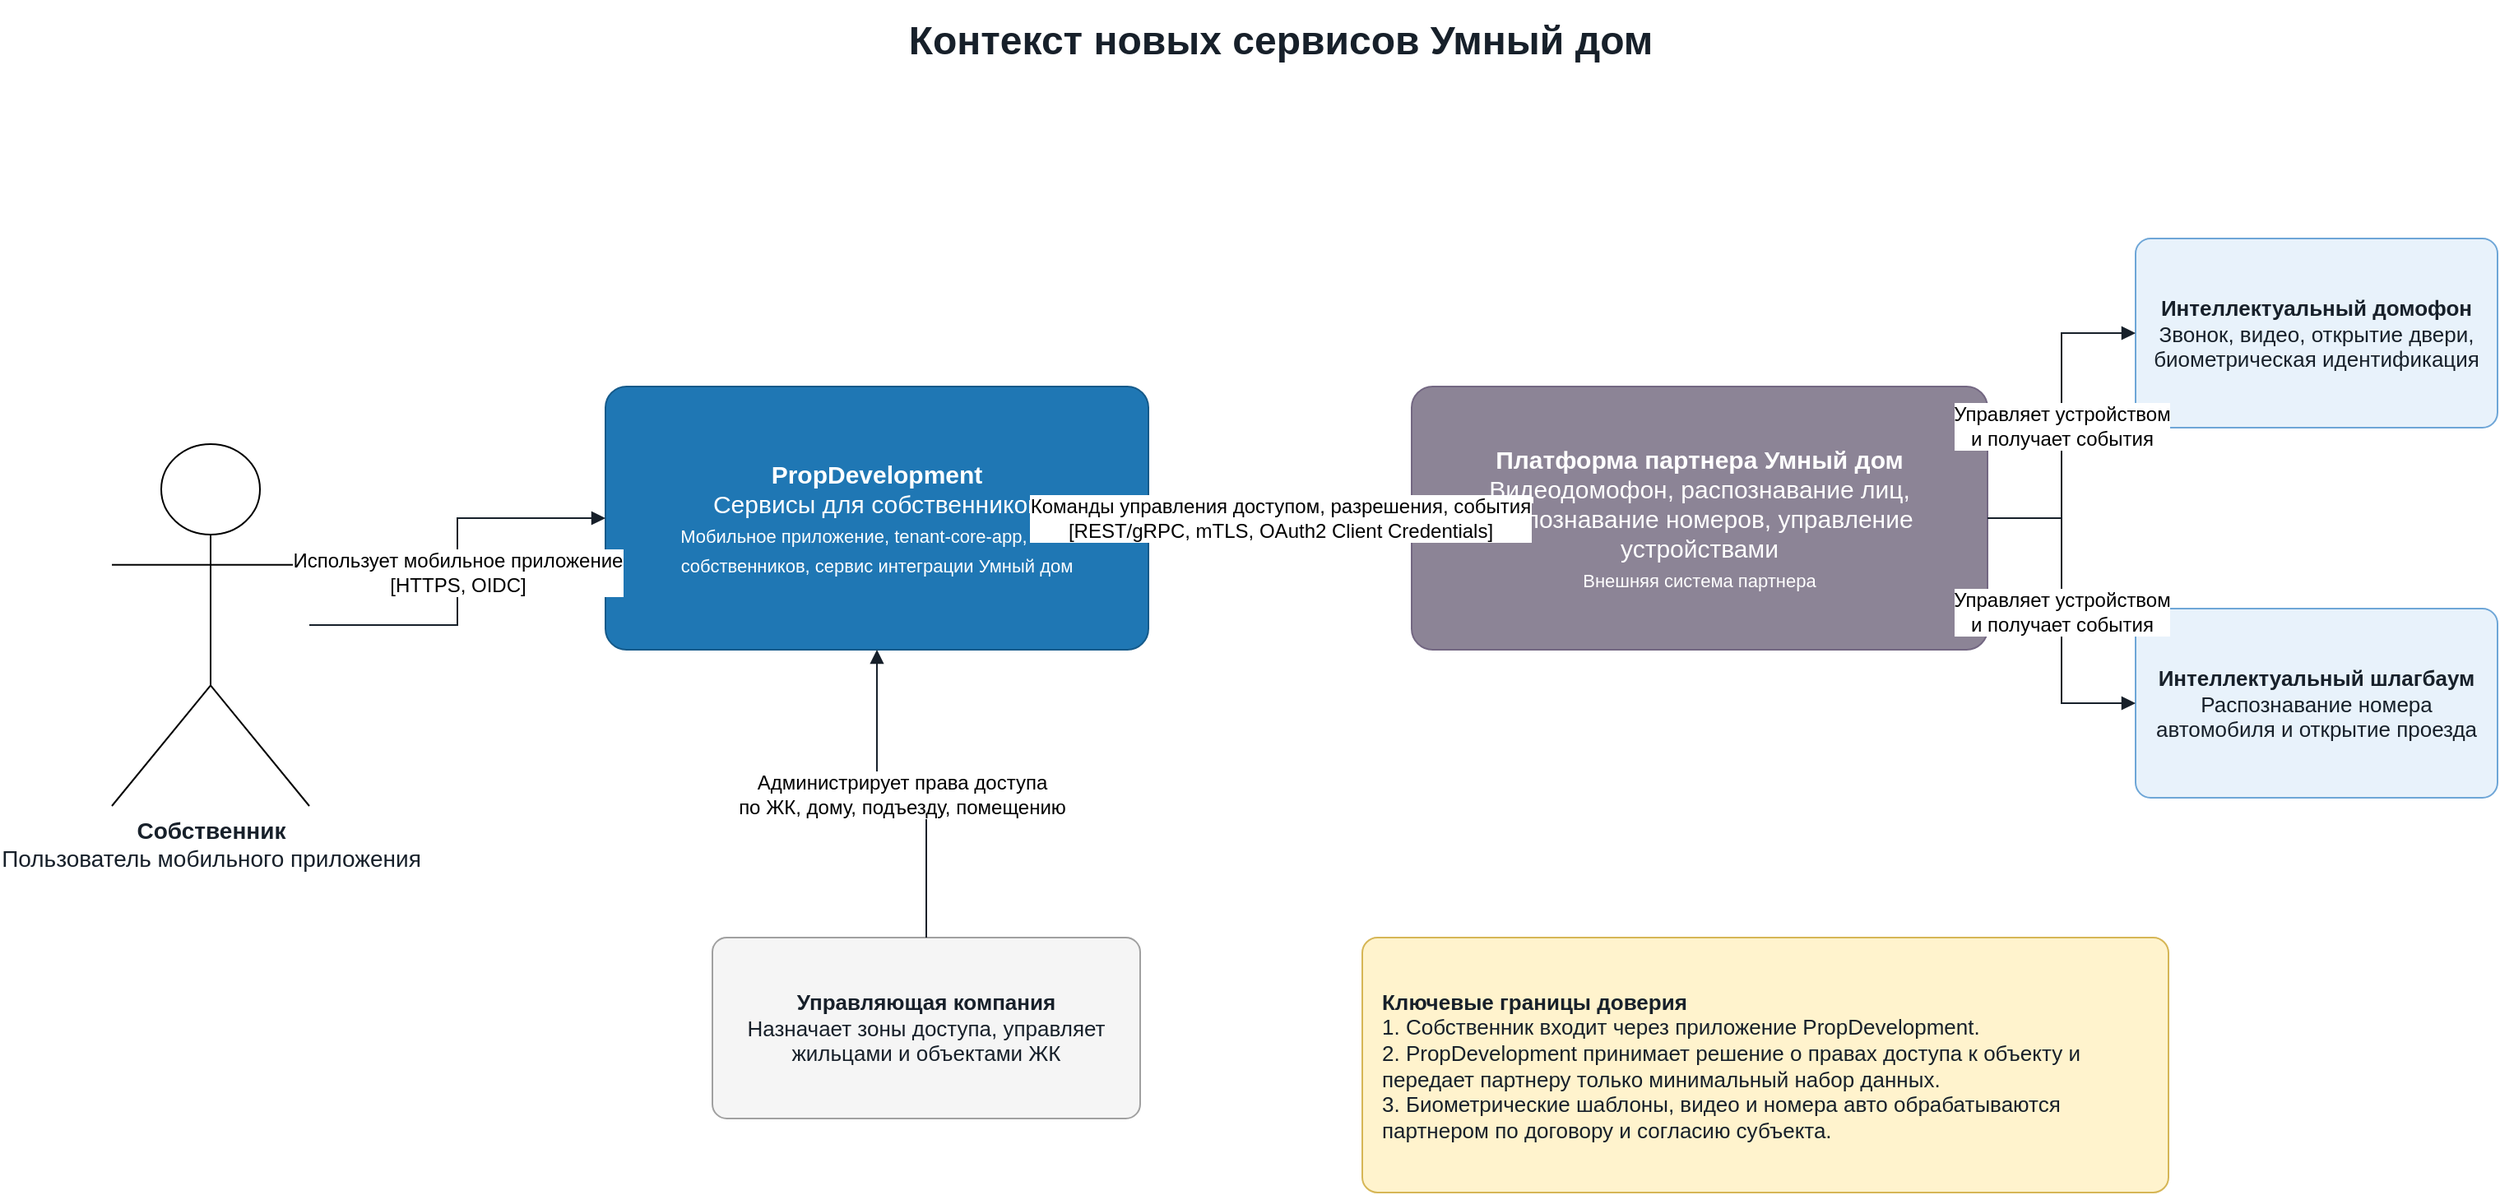
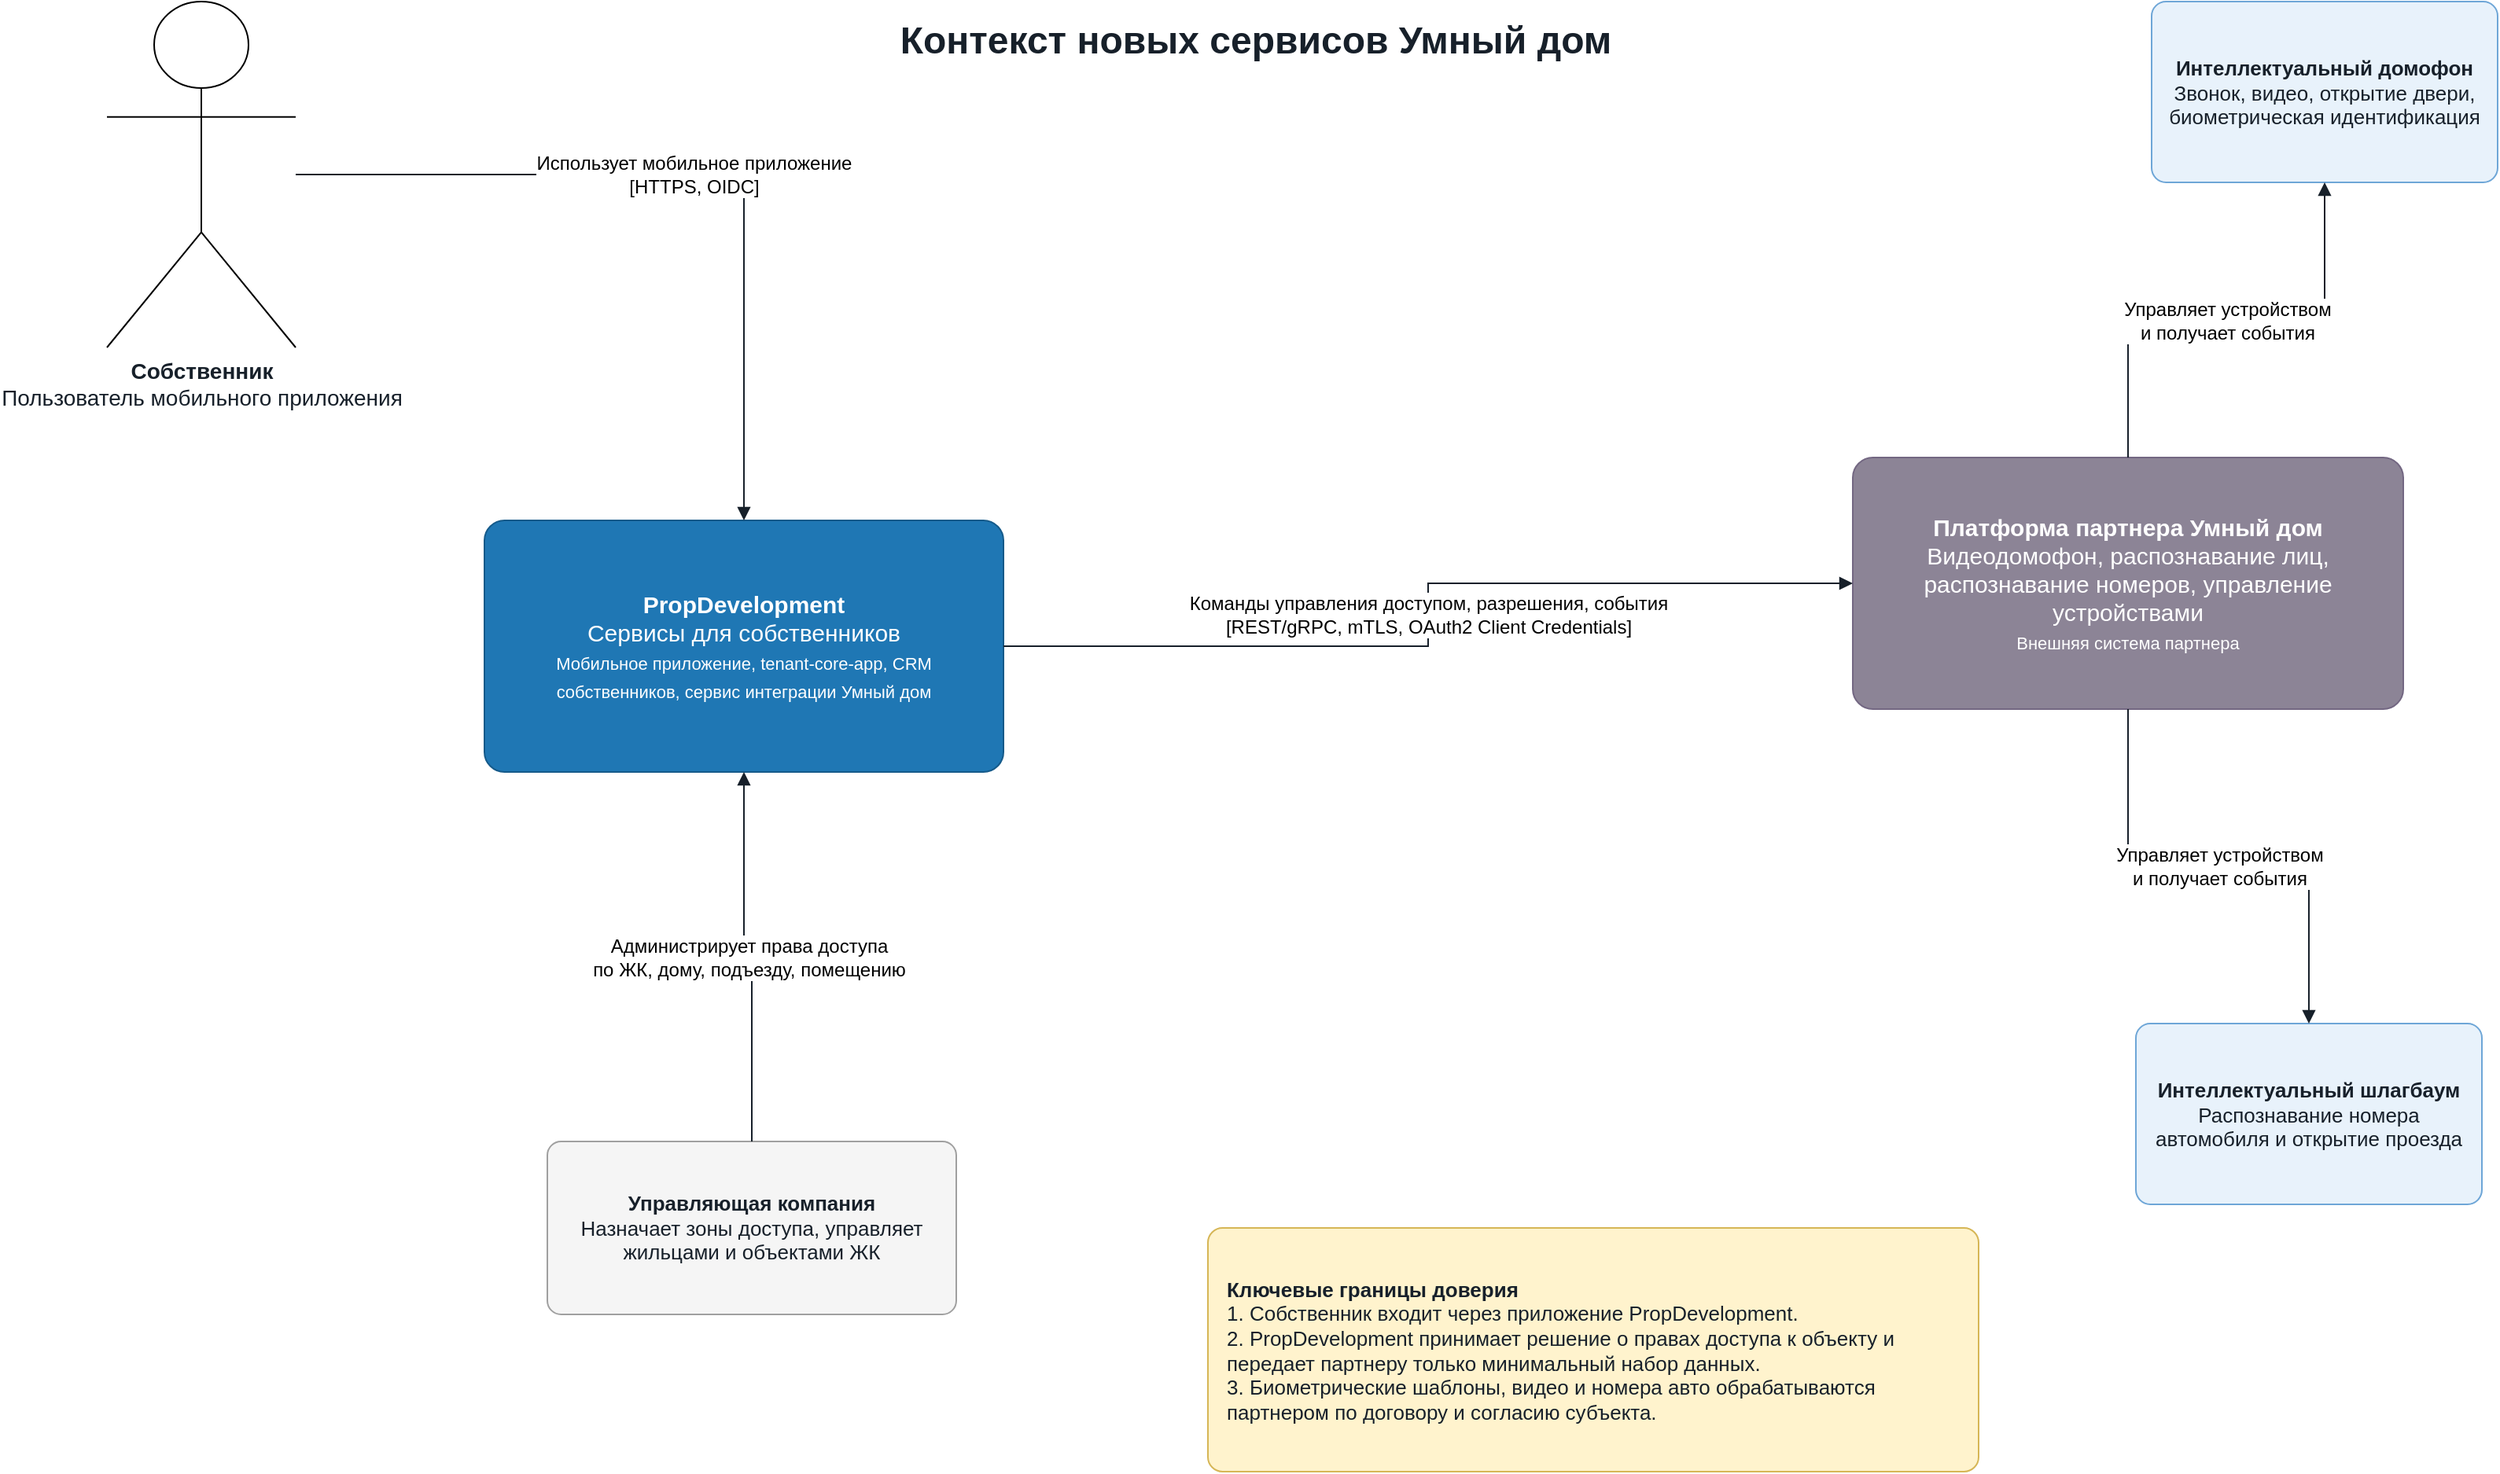
- <?xml version="1.0" encoding="UTF-8"?>
- <mxfile host="app.diagrams.net" version="24.8.0">
+ <mxfile host="Electron">
  <diagram id="smart-home-context" name="C4 Context - Smart Home">
-     <mxGraphModel dx="1422" dy="794" grid="1" gridSize="10" guides="1" tooltips="1" connect="1" arrows="1" fold="1" page="1" pageScale="1" pageWidth="1600" pageHeight="1000" math="0" shadow="0">
+     <mxGraphModel dx="2204" dy="1120" grid="1" gridSize="10" guides="1" tooltips="1" connect="1" arrows="1" fold="1" page="1" pageScale="1" pageWidth="1600" pageHeight="1000" math="0" shadow="0">
      <root>
        <mxCell id="0" />
        <mxCell id="1" parent="0" />
-         <mxCell id="title" value="Контекст новых сервисов Умный дом" style="text;html=1;strokeColor=none;fillColor=none;align=center;verticalAlign=middle;fontStyle=1;fontSize=24;fontColor=#17202A;" vertex="1" parent="1">
-           <mxGeometry x="430" y="40" width="740" height="50" as="geometry" />
+         <mxCell id="title" parent="1" style="text;html=1;strokeColor=none;fillColor=none;align=center;verticalAlign=middle;fontStyle=1;fontSize=24;fontColor=#17202A;" value="Контекст новых сервисов Умный дом" vertex="1">
+           <mxGeometry height="50" width="740" x="430" y="40" as="geometry" />
        </mxCell>
-         <mxCell id="owner" value="&lt;b&gt;Собственник&lt;/b&gt;&lt;br&gt;Пользователь мобильного приложения" style="shape=umlActor;verticalLabelPosition=bottom;verticalAlign=top;html=1;outlineConnect=0;fontSize=14;fontColor=#17202A;" vertex="1" parent="1">
-           <mxGeometry x="90" y="310" width="120" height="220" as="geometry" />
+         <mxCell id="owner" parent="1" style="shape=umlActor;verticalLabelPosition=bottom;verticalAlign=top;html=1;outlineConnect=0;fontSize=14;fontColor=#17202A;" value="&lt;b&gt;Собственник&lt;/b&gt;&lt;br&gt;Пользователь мобильного приложения" vertex="1">
+           <mxGeometry height="220" width="120" x="70" y="40" as="geometry" />
        </mxCell>
-         <mxCell id="pd-system" value="&lt;b&gt;PropDevelopment&lt;/b&gt;&lt;br&gt;Сервисы для собственников&lt;br&gt;&lt;font style=&quot;font-size: 11px&quot;&gt;Мобильное приложение, tenant-core-app, CRM собственников, сервис интеграции Умный дом&lt;/font&gt;" style="rounded=1;whiteSpace=wrap;html=1;arcSize=8;fillColor=#1F77B4;strokeColor=#155A8A;fontColor=#FFFFFF;fontSize=15;spacing=12;" vertex="1" parent="1">
-           <mxGeometry x="390" y="275" width="330" height="160" as="geometry" />
+         <mxCell id="pd-system" parent="1" style="rounded=1;whiteSpace=wrap;html=1;arcSize=8;fillColor=#1F77B4;strokeColor=#155A8A;fontColor=#FFFFFF;fontSize=15;spacing=12;" value="&lt;b&gt;PropDevelopment&lt;/b&gt;&lt;br&gt;Сервисы для собственников&lt;br&gt;&lt;font style=&quot;font-size: 11px&quot;&gt;Мобильное приложение, tenant-core-app, CRM собственников, сервис интеграции Умный дом&lt;/font&gt;" vertex="1">
+           <mxGeometry height="160" width="330" x="310" y="370" as="geometry" />
        </mxCell>
-         <mxCell id="partner" value="&lt;b&gt;Платформа партнера Умный дом&lt;/b&gt;&lt;br&gt;Видеодомофон, распознавание лиц, распознавание номеров, управление устройствами&lt;br&gt;&lt;font style=&quot;font-size: 11px&quot;&gt;Внешняя система партнера&lt;/font&gt;" style="rounded=1;whiteSpace=wrap;html=1;arcSize=8;fillColor=#8C8496;strokeColor=#736782;fontColor=#FFFFFF;fontSize=15;spacing=12;" vertex="1" parent="1">
-           <mxGeometry x="880" y="275" width="350" height="160" as="geometry" />
+         <mxCell id="partner" parent="1" style="rounded=1;whiteSpace=wrap;html=1;arcSize=8;fillColor=#8C8496;strokeColor=#736782;fontColor=#FFFFFF;fontSize=15;spacing=12;" value="&lt;b&gt;Платформа партнера Умный дом&lt;/b&gt;&lt;br&gt;Видеодомофон, распознавание лиц, распознавание номеров, управление устройствами&lt;br&gt;&lt;font style=&quot;font-size: 11px&quot;&gt;Внешняя система партнера&lt;/font&gt;" vertex="1">
+           <mxGeometry height="160" width="350" x="1180" y="330" as="geometry" />
        </mxCell>
-         <mxCell id="intercom" value="&lt;b&gt;Интеллектуальный домофон&lt;/b&gt;&lt;br&gt;Звонок, видео, открытие двери, биометрическая идентификация" style="rounded=1;whiteSpace=wrap;html=1;arcSize=8;fillColor=#E8F2FB;strokeColor=#6EA6D7;fontColor=#17202A;fontSize=13;spacing=10;" vertex="1" parent="1">
-           <mxGeometry x="1320" y="185" width="220" height="115" as="geometry" />
+         <mxCell id="intercom" parent="1" style="rounded=1;whiteSpace=wrap;html=1;arcSize=8;fillColor=#E8F2FB;strokeColor=#6EA6D7;fontColor=#17202A;fontSize=13;spacing=10;" value="&lt;b&gt;Интеллектуальный домофон&lt;/b&gt;&lt;br&gt;Звонок, видео, открытие двери, биометрическая идентификация" vertex="1">
+           <mxGeometry height="115" width="220" x="1370" y="40" as="geometry" />
        </mxCell>
-         <mxCell id="barrier" value="&lt;b&gt;Интеллектуальный шлагбаум&lt;/b&gt;&lt;br&gt;Распознавание номера автомобиля и открытие проезда" style="rounded=1;whiteSpace=wrap;html=1;arcSize=8;fillColor=#E8F2FB;strokeColor=#6EA6D7;fontColor=#17202A;fontSize=13;spacing=10;" vertex="1" parent="1">
-           <mxGeometry x="1320" y="410" width="220" height="115" as="geometry" />
+         <mxCell id="barrier" parent="1" style="rounded=1;whiteSpace=wrap;html=1;arcSize=8;fillColor=#E8F2FB;strokeColor=#6EA6D7;fontColor=#17202A;fontSize=13;spacing=10;" value="&lt;b&gt;Интеллектуальный шлагбаум&lt;/b&gt;&lt;br&gt;Распознавание номера автомобиля и открытие проезда" vertex="1">
+           <mxGeometry height="115" width="220" x="1360" y="690" as="geometry" />
        </mxCell>
-         <mxCell id="uk" value="&lt;b&gt;Управляющая компания&lt;/b&gt;&lt;br&gt;Назначает зоны доступа, управляет жильцами и объектами ЖК" style="rounded=1;whiteSpace=wrap;html=1;arcSize=8;fillColor=#F5F5F5;strokeColor=#A0A0A0;fontColor=#17202A;fontSize=13;spacing=10;" vertex="1" parent="1">
-           <mxGeometry x="455" y="610" width="260" height="110" as="geometry" />
+         <mxCell id="uk" parent="1" style="rounded=1;whiteSpace=wrap;html=1;arcSize=8;fillColor=#F5F5F5;strokeColor=#A0A0A0;fontColor=#17202A;fontSize=13;spacing=10;" value="&lt;b&gt;Управляющая компания&lt;/b&gt;&lt;br&gt;Назначает зоны доступа, управляет жильцами и объектами ЖК" vertex="1">
+           <mxGeometry height="110" width="260" x="350" y="765" as="geometry" />
        </mxCell>
-         <mxCell id="regulator-note" value="&lt;b&gt;Ключевые границы доверия&lt;/b&gt;&lt;br&gt;1. Собственник входит через приложение PropDevelopment.&lt;br&gt;2. PropDevelopment принимает решение о правах доступа к объекту и передает партнеру только минимальный набор данных.&lt;br&gt;3. Биометрические шаблоны, видео и номера авто обрабатываются партнером по договору и согласию субъекта." style="rounded=1;whiteSpace=wrap;html=1;arcSize=6;fillColor=#FFF3CD;strokeColor=#D6B656;fontColor=#17202A;fontSize=13;align=left;spacing=12;" vertex="1" parent="1">
-           <mxGeometry x="850" y="610" width="490" height="155" as="geometry" />
+         <mxCell id="regulator-note" parent="1" style="rounded=1;whiteSpace=wrap;html=1;arcSize=6;fillColor=#FFF3CD;strokeColor=#D6B656;fontColor=#17202A;fontSize=13;align=left;spacing=12;" value="&lt;b&gt;Ключевые границы доверия&lt;/b&gt;&lt;br&gt;1. Собственник входит через приложение PropDevelopment.&lt;br&gt;2. PropDevelopment принимает решение о правах доступа к объекту и передает партнеру только минимальный набор данных.&lt;br&gt;3. Биометрические шаблоны, видео и номера авто обрабатываются партнером по договору и согласию субъекта." vertex="1">
+           <mxGeometry height="155" width="490" x="770" y="820" as="geometry" />
        </mxCell>
-         <mxCell id="edge-owner-pd" value="Использует мобильное приложение&lt;br&gt;[HTTPS, OIDC]" style="edgeStyle=orthogonalEdgeStyle;rounded=0;orthogonalLoop=1;jettySize=auto;html=1;strokeColor=#17202A;fontSize=12;endArrow=block;" edge="1" parent="1" source="owner" target="pd-system">
+         <mxCell id="edge-owner-pd" edge="1" parent="1" source="owner" style="edgeStyle=orthogonalEdgeStyle;rounded=0;orthogonalLoop=1;jettySize=auto;html=1;strokeColor=#17202A;fontSize=12;endArrow=block;" target="pd-system" value="Использует мобильное приложение&lt;br&gt;[HTTPS, OIDC]">
          <mxGeometry relative="1" as="geometry" />
        </mxCell>
-         <mxCell id="edge-pd-partner" value="Команды управления доступом, разрешения, события&lt;br&gt;[REST/gRPC, mTLS, OAuth2 Client Credentials]" style="edgeStyle=orthogonalEdgeStyle;rounded=0;orthogonalLoop=1;jettySize=auto;html=1;strokeColor=#17202A;fontSize=12;endArrow=block;" edge="1" parent="1" source="pd-system" target="partner">
+         <mxCell id="edge-pd-partner" edge="1" parent="1" source="pd-system" style="edgeStyle=orthogonalEdgeStyle;rounded=0;orthogonalLoop=1;jettySize=auto;html=1;strokeColor=#17202A;fontSize=12;endArrow=block;" target="partner" value="Команды управления доступом, разрешения, события&lt;br&gt;[REST/gRPC, mTLS, OAuth2 Client Credentials]">
          <mxGeometry relative="1" as="geometry" />
        </mxCell>
-         <mxCell id="edge-partner-intercom" value="Управляет устройством&lt;br&gt;и получает события" style="edgeStyle=orthogonalEdgeStyle;rounded=0;orthogonalLoop=1;jettySize=auto;html=1;strokeColor=#17202A;fontSize=12;endArrow=block;" edge="1" parent="1" source="partner" target="intercom">
+         <mxCell id="edge-partner-intercom" edge="1" parent="1" source="partner" style="edgeStyle=orthogonalEdgeStyle;rounded=0;orthogonalLoop=1;jettySize=auto;html=1;strokeColor=#17202A;fontSize=12;endArrow=block;" target="intercom" value="Управляет устройством&lt;br&gt;и получает события">
          <mxGeometry relative="1" as="geometry" />
        </mxCell>
-         <mxCell id="edge-partner-barrier" value="Управляет устройством&lt;br&gt;и получает события" style="edgeStyle=orthogonalEdgeStyle;rounded=0;orthogonalLoop=1;jettySize=auto;html=1;strokeColor=#17202A;fontSize=12;endArrow=block;" edge="1" parent="1" source="partner" target="barrier">
+         <mxCell id="edge-partner-barrier" edge="1" parent="1" source="partner" style="edgeStyle=orthogonalEdgeStyle;rounded=0;orthogonalLoop=1;jettySize=auto;html=1;strokeColor=#17202A;fontSize=12;endArrow=block;" target="barrier" value="Управляет устройством&lt;br&gt;и получает события">
          <mxGeometry relative="1" as="geometry" />
        </mxCell>
-         <mxCell id="edge-uk-pd" value="Администрирует права доступа&lt;br&gt;по ЖК, дому, подъезду, помещению" style="edgeStyle=orthogonalEdgeStyle;rounded=0;orthogonalLoop=1;jettySize=auto;html=1;strokeColor=#17202A;fontSize=12;endArrow=block;" edge="1" parent="1" source="uk" target="pd-system">
+         <mxCell id="edge-uk-pd" edge="1" parent="1" source="uk" style="edgeStyle=orthogonalEdgeStyle;rounded=0;orthogonalLoop=1;jettySize=auto;html=1;strokeColor=#17202A;fontSize=12;endArrow=block;" target="pd-system" value="Администрирует права доступа&lt;br&gt;по ЖК, дому, подъезду, помещению">
          <mxGeometry relative="1" as="geometry" />
        </mxCell>
      </root>
    </mxGraphModel>
  </diagram>
</mxfile>
